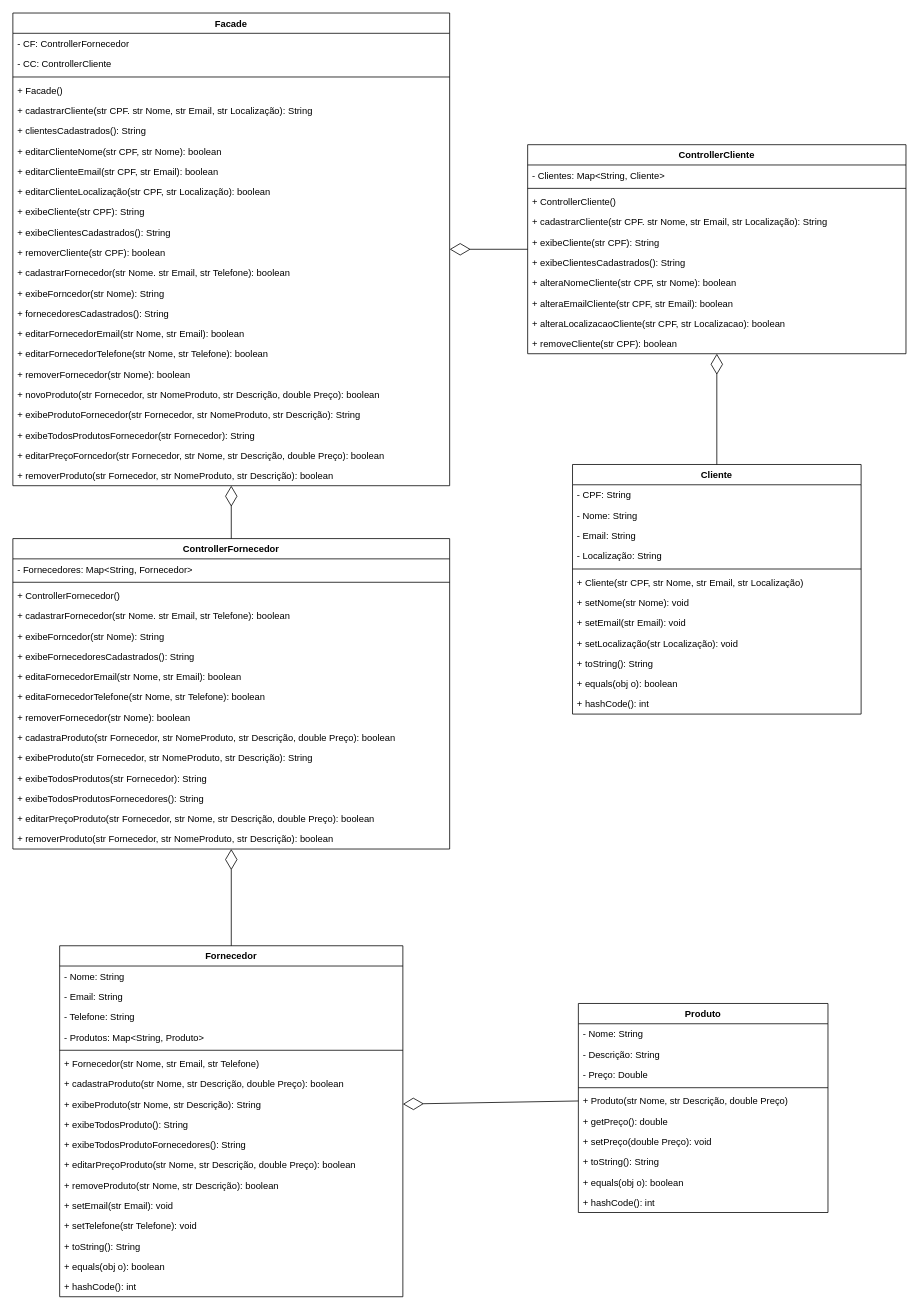
Above: Lab05 - Diagrama 1.drawio in lulnetto/Lab05 (draw.io), before the change. Source tidied: cells renumbered, new cells numbered last; positions are measured from the earlier drawing's top-left corner, leaving out a move shared by most shapes. Both pictures are drawn from the tidied source at 78%, with x=0, y=0 at pixel (12, 12).
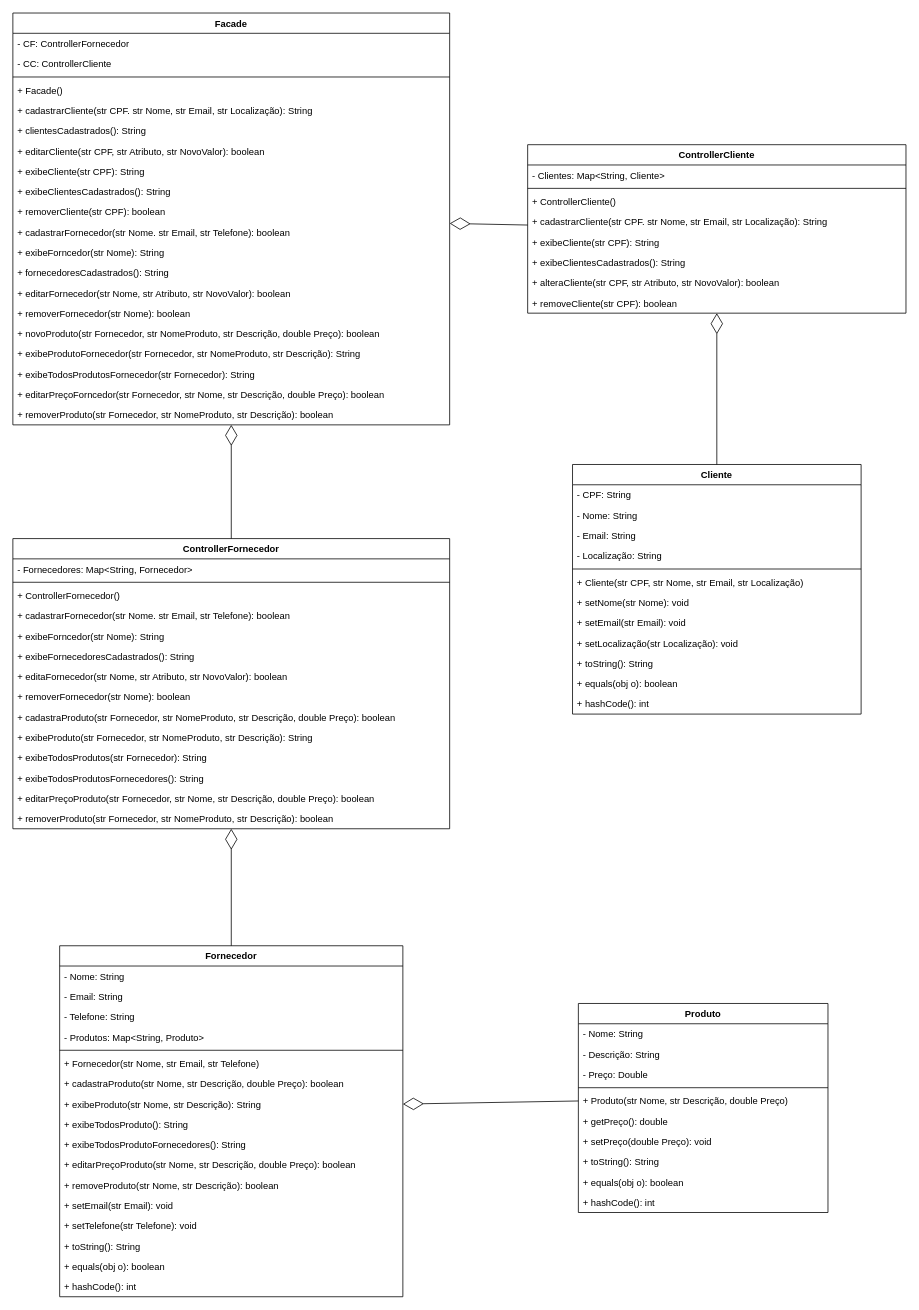
After the change.

The edit, as a diff of the source:
```diff
@@
     <mxCell id="2" value="ControllerFornecedor" style="swimlane;fontStyle=1;align=center;verticalAlign=top;horizontal=1;startSize=26;" parent="1" vertex="1">
-      <mxGeometry y="674" width="560" height="398" as="geometry" />
+      <mxGeometry y="674" width="560" height="372" as="geometry" />
     </mxCell>
@@
-    <mxCell id="9" value="+ editaFornecedorEmail(str Nome, str Email): boolean" style="text;strokeColor=none;fillColor=none;align=left;verticalAlign=top;spacingLeft=4;spacingRight=4;overflow=hidden;" parent="2" vertex="1">
+    <mxCell id="9" value="+ editaFornecedor(str Nome, str Atributo, str NovoValor): boolean" style="text;strokeColor=none;fillColor=none;align=left;verticalAlign=top;spacingLeft=4;spacingRight=4;overflow=hidden;" parent="2" vertex="1">
       <mxGeometry y="164" width="560" height="26" as="geometry" />
     </mxCell>
-    <mxCell id="10" value="+ editaFornecedorTelefone(str Nome, str Telefone): boolean" style="text;strokeColor=none;fillColor=none;align=left;verticalAlign=top;spacingLeft=4;spacingRight=4;overflow=hidden;" parent="2" vertex="1">
-      <mxGeometry y="190" width="560" height="26" as="geometry" />
-    </mxCell>
     <mxCell id="11" value="+ removerFornecedor(str Nome): boolean" style="text;strokeColor=none;fillColor=none;align=left;verticalAlign=top;spacingLeft=4;spacingRight=4;overflow=hidden;" parent="2" vertex="1">
-      <mxGeometry y="216" width="560" height="26" as="geometry" />
+      <mxGeometry y="190" width="560" height="26" as="geometry" />
     </mxCell>
     <mxCell id="12" value="+ cadastraProduto(str Fornecedor, str NomeProduto, str Descrição, double Preço): boolean" style="text;strokeColor=none;fillColor=none;align=left;verticalAlign=top;spacingLeft=4;spacingRight=4;overflow=hidden;" parent="2" vertex="1">
-      <mxGeometry y="242" width="560" height="26" as="geometry" />
+      <mxGeometry y="216" width="560" height="26" as="geometry" />
     </mxCell>
     <mxCell id="13" value="+ exibeProduto(str Fornecedor, str NomeProduto, str Descrição): String" style="text;strokeColor=none;fillColor=none;align=left;verticalAlign=top;spacingLeft=4;spacingRight=4;overflow=hidden;" parent="2" vertex="1">
-      <mxGeometry y="268" width="560" height="26" as="geometry" />
+      <mxGeometry y="242" width="560" height="26" as="geometry" />
     </mxCell>
     <mxCell id="14" value="+ exibeTodosProdutos(str Fornecedor): String" style="text;strokeColor=none;fillColor=none;align=left;verticalAlign=top;spacingLeft=4;spacingRight=4;overflow=hidden;" parent="2" vertex="1">
-      <mxGeometry y="294" width="560" height="26" as="geometry" />
+      <mxGeometry y="268" width="560" height="26" as="geometry" />
     </mxCell>
     <mxCell id="15" value="+ exibeTodosProdutosFornecedores(): String" style="text;strokeColor=none;fillColor=none;align=left;verticalAlign=top;spacingLeft=4;spacingRight=4;overflow=hidden;" parent="2" vertex="1">
-      <mxGeometry y="320" width="560" height="26" as="geometry" />
+      <mxGeometry y="294" width="560" height="26" as="geometry" />
     </mxCell>
     <mxCell id="16" value="+ editarPreçoProduto(str Fornecedor, str Nome, str Descrição, double Preço): boolean" style="text;strokeColor=none;fillColor=none;align=left;verticalAlign=top;spacingLeft=4;spacingRight=4;overflow=hidden;" parent="2" vertex="1">
-      <mxGeometry y="346" width="560" height="26" as="geometry" />
+      <mxGeometry y="320" width="560" height="26" as="geometry" />
     </mxCell>
     <mxCell id="17" value="+ removerProduto(str Fornecedor, str NomeProduto, str Descrição): boolean" style="text;strokeColor=none;fillColor=none;align=left;verticalAlign=top;spacingLeft=4;spacingRight=4;overflow=hidden;" parent="2" vertex="1">
-      <mxGeometry y="372" width="560" height="26" as="geometry" />
+      <mxGeometry y="346" width="560" height="26" as="geometry" />
     </mxCell>
@@
     <mxCell id="63" value="Facade" style="swimlane;fontStyle=1;align=center;verticalAlign=top;horizontal=1;startSize=26;" parent="1" vertex="1">
-      <mxGeometry y="0.2" width="560" height="606" as="geometry" />
+      <mxGeometry y="0.2" width="560" height="528" as="geometry" />
     </mxCell>
@@
-    <mxCell id="70" value="+ editarClienteNome(str CPF, str Nome): boolean" style="text;strokeColor=none;fillColor=none;align=left;verticalAlign=top;spacingLeft=4;spacingRight=4;overflow=hidden;" parent="63" vertex="1">
+    <mxCell id="70" value="+ editarCliente(str CPF, str Atributo, str NovoValor): boolean" style="text;strokeColor=none;fillColor=none;align=left;verticalAlign=top;spacingLeft=4;spacingRight=4;overflow=hidden;" parent="63" vertex="1">
       <mxGeometry y="164" width="560" height="26" as="geometry" />
     </mxCell>
-    <mxCell id="71" value="+ editarClienteEmail(str CPF, str Email): boolean" style="text;strokeColor=none;fillColor=none;align=left;verticalAlign=top;spacingLeft=4;spacingRight=4;overflow=hidden;" parent="63" vertex="1">
-      <mxGeometry y="190" width="560" height="26" as="geometry" />
-    </mxCell>
-    <mxCell id="72" value="+ editarClienteLocalização(str CPF, str Localização): boolean" style="text;strokeColor=none;fillColor=none;align=left;verticalAlign=top;spacingLeft=4;spacingRight=4;overflow=hidden;" parent="63" vertex="1">
-      <mxGeometry y="216" width="560" height="26" as="geometry" />
-    </mxCell>
     <mxCell id="73" value="+ exibeCliente(str CPF): String" style="text;strokeColor=none;fillColor=none;align=left;verticalAlign=top;spacingLeft=4;spacingRight=4;overflow=hidden;" parent="63" vertex="1">
-      <mxGeometry y="242" width="560" height="26" as="geometry" />
+      <mxGeometry y="190" width="560" height="26" as="geometry" />
     </mxCell>
     <mxCell id="74" value="+ exibeClientesCadastrados(): String" style="text;strokeColor=none;fillColor=none;align=left;verticalAlign=top;spacingLeft=4;spacingRight=4;overflow=hidden;" parent="63" vertex="1">
-      <mxGeometry y="268" width="560" height="26" as="geometry" />
+      <mxGeometry y="216" width="560" height="26" as="geometry" />
     </mxCell>
     <mxCell id="75" value="+ removerCliente(str CPF): boolean" style="text;strokeColor=none;fillColor=none;align=left;verticalAlign=top;spacingLeft=4;spacingRight=4;overflow=hidden;" parent="63" vertex="1">
-      <mxGeometry y="294" width="560" height="26" as="geometry" />
+      <mxGeometry y="242" width="560" height="26" as="geometry" />
     </mxCell>
     <mxCell id="76" value="+ cadastrarFornecedor(str Nome. str Email, str Telefone): boolean" style="text;strokeColor=none;fillColor=none;align=left;verticalAlign=top;spacingLeft=4;spacingRight=4;overflow=hidden;" parent="63" vertex="1">
-      <mxGeometry y="320" width="560" height="26" as="geometry" />
+      <mxGeometry y="268" width="560" height="26" as="geometry" />
     </mxCell>
     <mxCell id="77" value="+ exibeForncedor(str Nome): String" style="text;strokeColor=none;fillColor=none;align=left;verticalAlign=top;spacingLeft=4;spacingRight=4;overflow=hidden;" parent="63" vertex="1">
-      <mxGeometry y="346" width="560" height="26" as="geometry" />
+      <mxGeometry y="294" width="560" height="26" as="geometry" />
     </mxCell>
     <mxCell id="78" value="+ fornecedoresCadastrados(): String" style="text;strokeColor=none;fillColor=none;align=left;verticalAlign=top;spacingLeft=4;spacingRight=4;overflow=hidden;" parent="63" vertex="1">
-      <mxGeometry y="372" width="560" height="26" as="geometry" />
+      <mxGeometry y="320" width="560" height="26" as="geometry" />
     </mxCell>
-    <mxCell id="79" value="+ editarFornecedorEmail(str Nome, str Email): boolean" style="text;strokeColor=none;fillColor=none;align=left;verticalAlign=top;spacingLeft=4;spacingRight=4;overflow=hidden;" parent="63" vertex="1">
-      <mxGeometry y="398" width="560" height="26" as="geometry" />
+    <mxCell id="79" value="+ editarFornecedor(str Nome, str Atributo, str NovoValor): boolean" style="text;strokeColor=none;fillColor=none;align=left;verticalAlign=top;spacingLeft=4;spacingRight=4;overflow=hidden;" parent="63" vertex="1">
+      <mxGeometry y="346" width="560" height="26" as="geometry" />
     </mxCell>
-    <mxCell id="80" value="+ editarFornecedorTelefone(str Nome, str Telefone): boolean" style="text;strokeColor=none;fillColor=none;align=left;verticalAlign=top;spacingLeft=4;spacingRight=4;overflow=hidden;" parent="63" vertex="1">
-      <mxGeometry y="424" width="560" height="26" as="geometry" />
-    </mxCell>
     <mxCell id="81" value="+ removerFornecedor(str Nome): boolean" style="text;strokeColor=none;fillColor=none;align=left;verticalAlign=top;spacingLeft=4;spacingRight=4;overflow=hidden;" parent="63" vertex="1">
-      <mxGeometry y="450" width="560" height="26" as="geometry" />
+      <mxGeometry y="372" width="560" height="26" as="geometry" />
     </mxCell>
     <mxCell id="82" value="+ novoProduto(str Fornecedor, str NomeProduto, str Descrição, double Preço): boolean" style="text;strokeColor=none;fillColor=none;align=left;verticalAlign=top;spacingLeft=4;spacingRight=4;overflow=hidden;" parent="63" vertex="1">
-      <mxGeometry y="476" width="560" height="26" as="geometry" />
+      <mxGeometry y="398" width="560" height="26" as="geometry" />
     </mxCell>
     <mxCell id="83" value="+ exibeProdutoFornecedor(str Fornecedor, str NomeProduto, str Descrição): String" style="text;strokeColor=none;fillColor=none;align=left;verticalAlign=top;spacingLeft=4;spacingRight=4;overflow=hidden;" parent="63" vertex="1">
-      <mxGeometry y="502" width="560" height="26" as="geometry" />
+      <mxGeometry y="424" width="560" height="26" as="geometry" />
     </mxCell>
     <mxCell id="84" value="+ exibeTodosProdutosFornecedor(str Fornecedor): String" style="text;strokeColor=none;fillColor=none;align=left;verticalAlign=top;spacingLeft=4;spacingRight=4;overflow=hidden;" parent="63" vertex="1">
-      <mxGeometry y="528" width="560" height="26" as="geometry" />
+      <mxGeometry y="450" width="560" height="26" as="geometry" />
     </mxCell>
     <mxCell id="85" value="+ editarPreçoForncedor(str Fornecedor, str Nome, str Descrição, double Preço): boolean" style="text;strokeColor=none;fillColor=none;align=left;verticalAlign=top;spacingLeft=4;spacingRight=4;overflow=hidden;" parent="63" vertex="1">
-      <mxGeometry y="554" width="560" height="26" as="geometry" />
+      <mxGeometry y="476" width="560" height="26" as="geometry" />
     </mxCell>
     <mxCell id="86" value="+ removerProduto(str Fornecedor, str NomeProduto, str Descrição): boolean" style="text;strokeColor=none;fillColor=none;align=left;verticalAlign=top;spacingLeft=4;spacingRight=4;overflow=hidden;" parent="63" vertex="1">
-      <mxGeometry y="580" width="560" height="26" as="geometry" />
+      <mxGeometry y="502" width="560" height="26" as="geometry" />
     </mxCell>
@@
     <mxCell id="88" value="ControllerCliente" style="swimlane;fontStyle=1;align=center;verticalAlign=top;horizontal=1;startSize=26;" parent="1" vertex="1">
-      <mxGeometry x="660" y="169" width="485" height="268" as="geometry" />
+      <mxGeometry x="660" y="169" width="485" height="216" as="geometry" />
     </mxCell>
@@
-    <mxCell id="95" value="+ alteraNomeCliente(str CPF, str Nome): boolean" style="text;strokeColor=none;fillColor=none;align=left;verticalAlign=top;spacingLeft=4;spacingRight=4;overflow=hidden;" parent="88" vertex="1">
+    <mxCell id="95" value="+ alteraCliente(str CPF, str Atributo, str NovoValor): boolean" style="text;strokeColor=none;fillColor=none;align=left;verticalAlign=top;spacingLeft=4;spacingRight=4;overflow=hidden;" parent="88" vertex="1">
       <mxGeometry y="164" width="485" height="26" as="geometry" />
     </mxCell>
-    <mxCell id="96" value="+ alteraEmailCliente(str CPF, str Email): boolean" style="text;strokeColor=none;fillColor=none;align=left;verticalAlign=top;spacingLeft=4;spacingRight=4;overflow=hidden;" parent="88" vertex="1">
-      <mxGeometry y="190" width="485" height="26" as="geometry" />
-    </mxCell>
-    <mxCell id="97" value="+ alteraLocalizacaoCliente(str CPF, str Localizacao): boolean" style="text;strokeColor=none;fillColor=none;align=left;verticalAlign=top;spacingLeft=4;spacingRight=4;overflow=hidden;" parent="88" vertex="1">
-      <mxGeometry y="216" width="485" height="26" as="geometry" />
-    </mxCell>
     <mxCell id="98" value="+ removeCliente(str CPF): boolean" style="text;strokeColor=none;fillColor=none;align=left;verticalAlign=top;spacingLeft=4;spacingRight=4;overflow=hidden;" parent="88" vertex="1">
-      <mxGeometry y="242" width="485" height="26" as="geometry" />
+      <mxGeometry y="190" width="485" height="26" as="geometry" />
     </mxCell>
```
